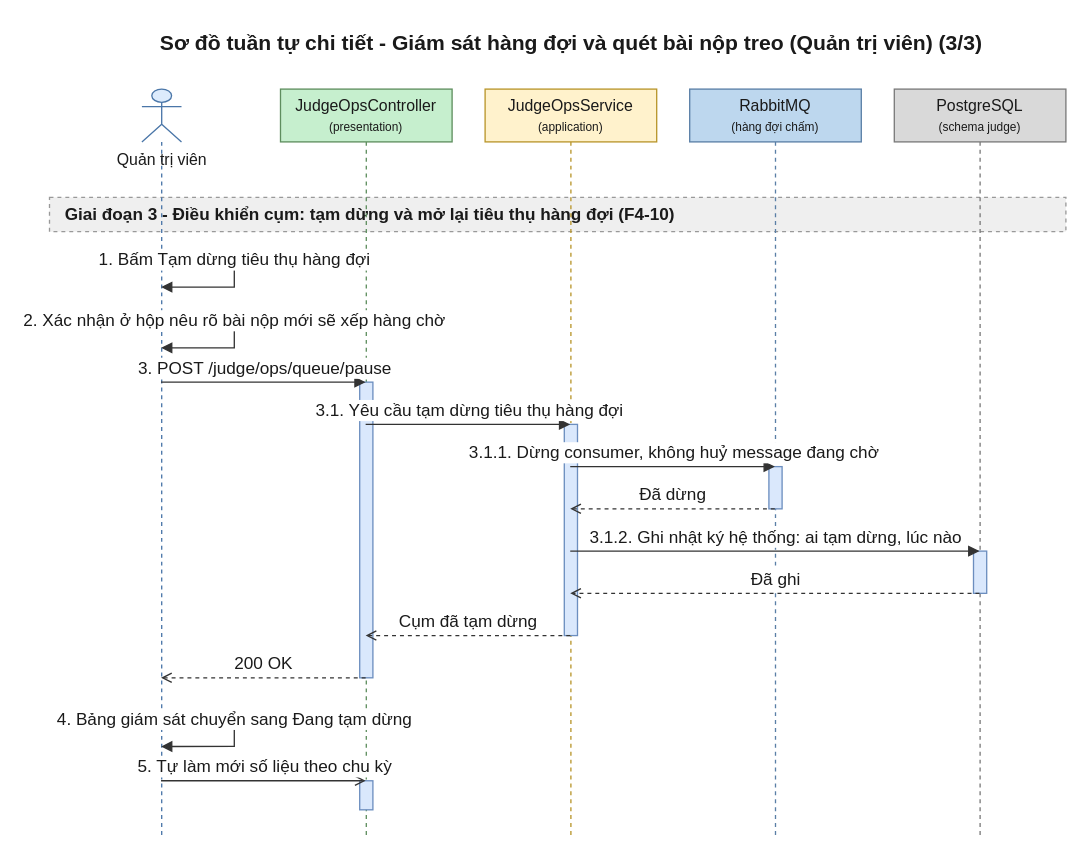
The draw.io diagram 08-diagram/sequence/admin/sequence_admin_giam_sat_hang_doi_p3.drawio in daiphu1801/PRJ_ALGOPREP, before the edit. Source tidied: cells renumbered, new cells numbered last; positions are measured from the earlier drawing's top-left corner, leaving out a move shared by most shapes. Both pictures are drawn from the tidied source at 132%, with x=0, y=0 at pixel (49, 22).
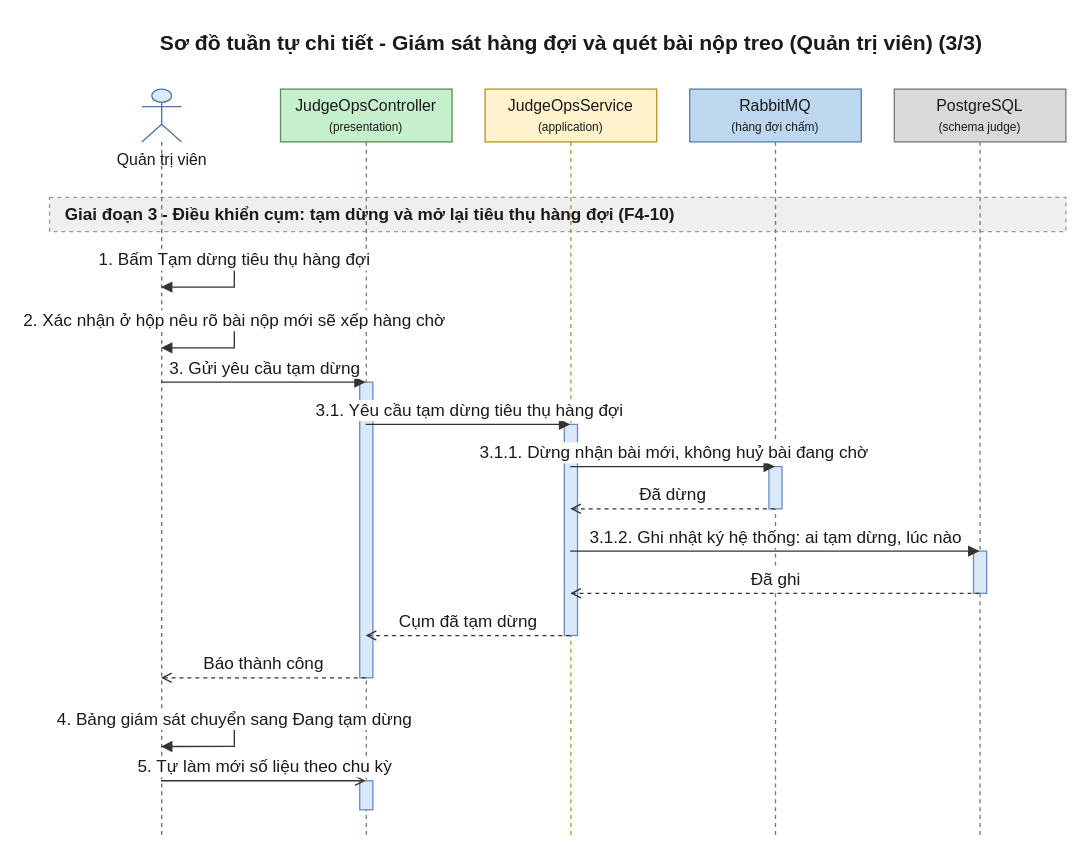
After the change.

Unchanged cells that the change refers to:
```xml
<mxCell id="4" value="Quản trị viên" style="shape=umlLifeline;participant=umlActor;perimeter=lifelinePerimeter;html=1;outlineConnect=0;size=40;verticalAlign=top;spacingTop=40;fillColor=#DCEBFC;strokeColor=#4A76A8;fontColor=#1A1A1A;" parent="1" vertex="1">
  <mxGeometry x="70" y="50" width="30" height="566" as="geometry" />
</mxCell>
<mxCell id="5" value="JudgeOpsController&lt;br&gt;&lt;font style=&quot;font-size:9px&quot;&gt;(presentation)&lt;/font&gt;" style="shape=umlLifeline;perimeter=lifelinePerimeter;whiteSpace=wrap;html=1;outlineConnect=0;size=40;fillColor=#C6EFCE;strokeColor=#5E8E5E;fontColor=#1A1A1A;" parent="1" vertex="1">
  <mxGeometry x="175" y="50" width="130" height="566" as="geometry" />
</mxCell>
<mxCell id="6" value="JudgeOpsService&lt;br&gt;&lt;font style=&quot;font-size:9px&quot;&gt;(application)&lt;/font&gt;" style="shape=umlLifeline;perimeter=lifelinePerimeter;whiteSpace=wrap;html=1;outlineConnect=0;size=40;fillColor=#FFF2CC;strokeColor=#B8952A;fontColor=#1A1A1A;" parent="1" vertex="1">
  <mxGeometry x="330" y="50" width="130" height="566" as="geometry" />
</mxCell>
<mxCell id="7" value="RabbitMQ&lt;br&gt;&lt;font style=&quot;font-size:9px&quot;&gt;(hàng đợi chấm)&lt;/font&gt;" style="shape=umlLifeline;perimeter=lifelinePerimeter;whiteSpace=wrap;html=1;outlineConnect=0;size=40;fillColor=#BDD7EE;strokeColor=#5A7FA6;fontColor=#1A1A1A;" parent="1" vertex="1">
  <mxGeometry x="485" y="50" width="130" height="566" as="geometry" />
</mxCell>
```

Diff of the diagram source:
```diff
@@
-    <mxCell id="16" value="3. POST /judge/ops/queue/pause" style="edgeStyle=none;html=1;endArrow=block;endFill=1;strokeColor=#333333;fontColor=#1A1A1A;fontSize=13;verticalAlign=bottom;exitX=0.5;exitY=0.3922;exitDx=0;exitDy=0;entryX=0.5;entryY=0.3922;entryDx=0;entryDy=0;" parent="1" edge="1" source="4" target="5">
+    <mxCell id="16" value="3. Gửi yêu cầu tạm dừng" style="edgeStyle=none;html=1;endArrow=block;endFill=1;strokeColor=#333333;fontColor=#1A1A1A;fontSize=13;verticalAlign=bottom;exitX=0.5;exitY=0.3922;exitDx=0;exitDy=0;entryX=0.5;entryY=0.3922;entryDx=0;entryDy=0;" parent="1" edge="1" source="4" target="5">
       <mxGeometry relative="1" as="geometry" />
     </mxCell>
@@
-    <mxCell id="18" value="3.1.1. Dừng consumer, không huỷ message đang chờ" style="edgeStyle=none;html=1;endArrow=block;endFill=1;strokeColor=#333333;fontColor=#1A1A1A;fontSize=13;verticalAlign=bottom;exitX=0.5;exitY=0.5053;exitDx=0;exitDy=0;entryX=0.5;entryY=0.5053;entryDx=0;entryDy=0;" parent="1" edge="1" source="6" target="7">
+    <mxCell id="18" value="3.1.1. Dừng nhận bài mới, không huỷ bài đang chờ" style="edgeStyle=none;html=1;endArrow=block;endFill=1;strokeColor=#333333;fontColor=#1A1A1A;fontSize=13;verticalAlign=bottom;exitX=0.5;exitY=0.5053;exitDx=0;exitDy=0;entryX=0.5;entryY=0.5053;entryDx=0;entryDy=0;" parent="1" edge="1" source="6" target="7">
       <mxGeometry relative="1" as="geometry" />
     </mxCell>
@@
-    <mxCell id="23" value="200 OK" style="edgeStyle=none;html=1;endArrow=open;endFill=0;dashed=1;strokeColor=#333333;fontColor=#1A1A1A;fontSize=13;verticalAlign=bottom;exitX=0.5;exitY=0.7880;exitDx=0;exitDy=0;entryX=0.5;entryY=0.7880;entryDx=0;entryDy=0;" parent="1" edge="1" source="5" target="4">
+    <mxCell id="23" value="Báo thành công" style="edgeStyle=none;html=1;endArrow=open;endFill=0;dashed=1;strokeColor=#333333;fontColor=#1A1A1A;fontSize=13;verticalAlign=bottom;exitX=0.5;exitY=0.7880;exitDx=0;exitDy=0;entryX=0.5;entryY=0.7880;entryDx=0;entryDy=0;" parent="1" edge="1" source="5" target="4">
       <mxGeometry relative="1" as="geometry" />
     </mxCell>
```
